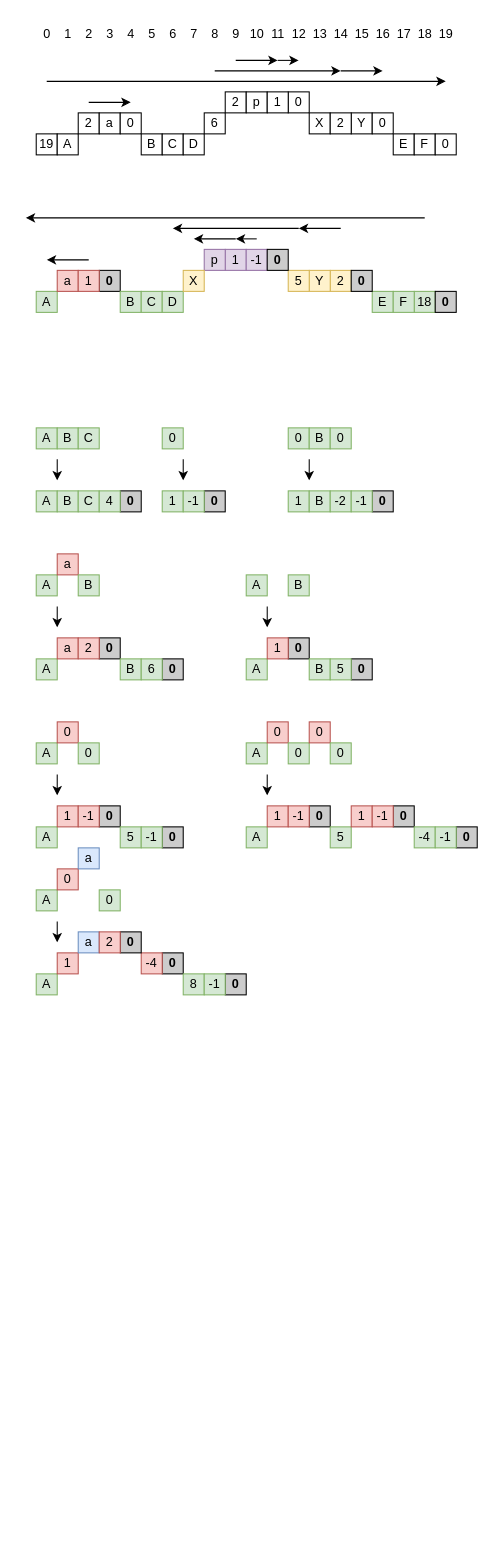
This is figures/nested_cobs.drawio from perlindgren/rtmt, a draw.io file, before an edit. Source tidied: cells renumbered, new cells numbered last; positions are measured from the earlier drawing's top-left corner, leaving out a move shared by most shapes. Both pictures are drawn from the tidied source at 105%, with x=0, y=0 at pixel (25, 18).
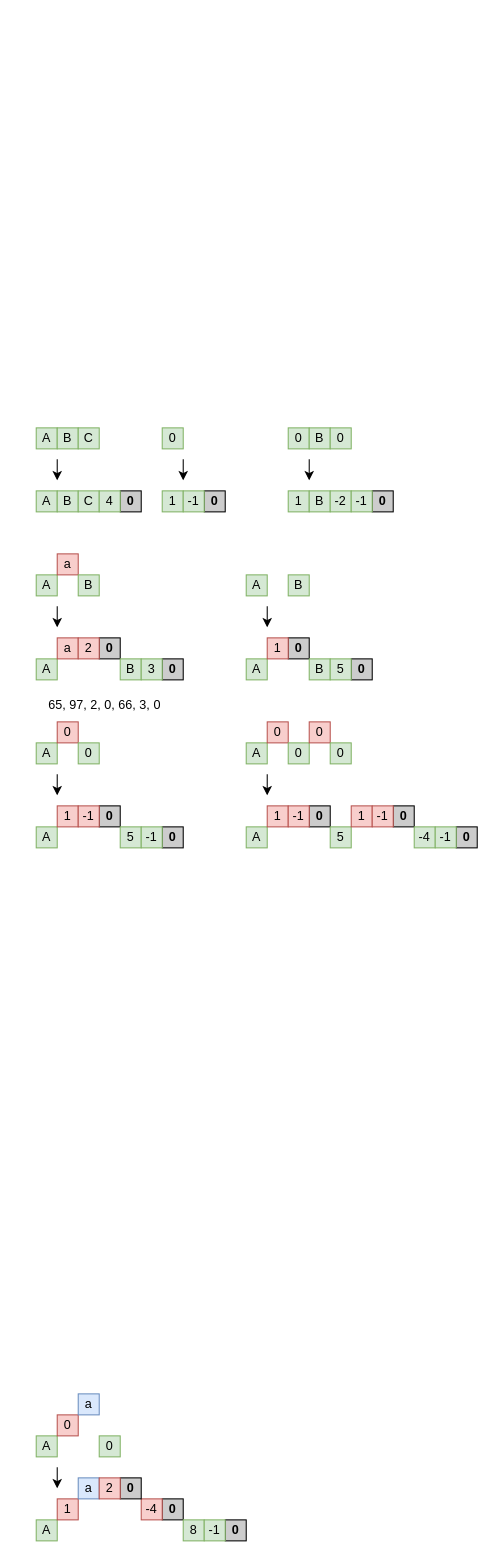
After the change.

Change to the diagram source:
```diff
@@
-    <mxCell id="2" value="19" style="rounded=0;whiteSpace=wrap;html=1;" parent="1" vertex="1">
-      <mxGeometry x="10" y="110" width="20" height="20" as="geometry" />
-    </mxCell>
-    <mxCell id="3" value="A" style="rounded=0;whiteSpace=wrap;html=1;" parent="1" vertex="1">
-      <mxGeometry x="30" y="110" width="20" height="20" as="geometry" />
-    </mxCell>
-    <mxCell id="4" value="2" style="rounded=0;whiteSpace=wrap;html=1;" parent="1" vertex="1">
-      <mxGeometry x="50" y="90" width="20" height="20" as="geometry" />
-    </mxCell>
-    <mxCell id="5" value="a" style="rounded=0;whiteSpace=wrap;html=1;" parent="1" vertex="1">
-      <mxGeometry x="70" y="90" width="20" height="20" as="geometry" />
-    </mxCell>
-    <mxCell id="6" value="0" style="rounded=0;whiteSpace=wrap;html=1;" parent="1" vertex="1">
-      <mxGeometry x="90" y="90" width="20" height="20" as="geometry" />
-    </mxCell>
-    <mxCell id="7" value="B" style="rounded=0;whiteSpace=wrap;html=1;fillColor=default;" parent="1" vertex="1">
-      <mxGeometry x="110" y="110" width="20" height="20" as="geometry" />
-    </mxCell>
-    <mxCell id="8" value="C" style="rounded=0;whiteSpace=wrap;html=1;" parent="1" vertex="1">
-      <mxGeometry x="130" y="110" width="20" height="20" as="geometry" />
-    </mxCell>
-    <mxCell id="9" value="D" style="rounded=0;whiteSpace=wrap;html=1;" parent="1" vertex="1">
-      <mxGeometry x="150" y="110" width="20" height="20" as="geometry" />
-    </mxCell>
-    <mxCell id="10" value="6" style="rounded=0;whiteSpace=wrap;html=1;" parent="1" vertex="1">
-      <mxGeometry x="170" y="90" width="20" height="20" as="geometry" />
-    </mxCell>
-    <mxCell id="11" value="2" style="rounded=0;whiteSpace=wrap;html=1;" parent="1" vertex="1">
-      <mxGeometry x="190" y="70" width="20" height="20" as="geometry" />
-    </mxCell>
-    <mxCell id="12" value="p" style="rounded=0;whiteSpace=wrap;html=1;" parent="1" vertex="1">
-      <mxGeometry x="210" y="70" width="20" height="20" as="geometry" />
-    </mxCell>
-    <mxCell id="13" value="0" style="rounded=0;whiteSpace=wrap;html=1;" parent="1" vertex="1">
-      <mxGeometry x="250" y="70" width="20" height="20" as="geometry" />
-    </mxCell>
-    <mxCell id="14" value="X" style="rounded=0;whiteSpace=wrap;html=1;" parent="1" vertex="1">
-      <mxGeometry x="270" y="90" width="20" height="20" as="geometry" />
-    </mxCell>
-    <mxCell id="15" value="Y" style="rounded=0;whiteSpace=wrap;html=1;" parent="1" vertex="1">
-      <mxGeometry x="310" y="90" width="20" height="20" as="geometry" />
-    </mxCell>
-    <mxCell id="16" value="0" style="rounded=0;whiteSpace=wrap;html=1;" parent="1" vertex="1">
-      <mxGeometry x="330" y="90" width="20" height="20" as="geometry" />
-    </mxCell>
-    <mxCell id="17" value="E" style="rounded=0;whiteSpace=wrap;html=1;" parent="1" vertex="1">
-      <mxGeometry x="350" y="110" width="20" height="20" as="geometry" />
-    </mxCell>
-    <mxCell id="18" value="F" style="rounded=0;whiteSpace=wrap;html=1;" parent="1" vertex="1">
-      <mxGeometry x="370" y="110" width="20" height="20" as="geometry" />
-    </mxCell>
-    <mxCell id="19" value="0" style="rounded=0;whiteSpace=wrap;html=1;" parent="1" vertex="1">
-      <mxGeometry x="390" y="110" width="20" height="20" as="geometry" />
-    </mxCell>
-    <mxCell id="20" value="18" style="rounded=0;whiteSpace=wrap;html=1;fillColor=#d5e8d4;strokeColor=#82b366;" parent="1" vertex="1">
-      <mxGeometry x="370" y="260" width="20" height="20" as="geometry" />
-    </mxCell>
-    <mxCell id="21" value="A" style="rounded=0;whiteSpace=wrap;html=1;fillColor=#d5e8d4;strokeColor=#82b366;" parent="1" vertex="1">
-      <mxGeometry x="10" y="260" width="20" height="20" as="geometry" />
-    </mxCell>
-    <mxCell id="22" value="a" style="rounded=0;whiteSpace=wrap;html=1;fillColor=#f8cecc;strokeColor=#b85450;" parent="1" vertex="1">
-      <mxGeometry x="30" y="240" width="20" height="20" as="geometry" />
-    </mxCell>
-    <mxCell id="23" value="&lt;b&gt;0&lt;/b&gt;" style="rounded=0;whiteSpace=wrap;html=1;fillStyle=solid;fillColor=#CCCCCC;" parent="1" vertex="1">
-      <mxGeometry x="70" y="240" width="20" height="20" as="geometry" />
-    </mxCell>
-    <mxCell id="24" value="B" style="rounded=0;whiteSpace=wrap;html=1;fillColor=#d5e8d4;strokeColor=#82b366;" parent="1" vertex="1">
-      <mxGeometry x="90" y="260" width="20" height="20" as="geometry" />
-    </mxCell>
-    <mxCell id="25" value="C" style="rounded=0;whiteSpace=wrap;html=1;fillColor=#d5e8d4;strokeColor=#82b366;" parent="1" vertex="1">
-      <mxGeometry x="110" y="260" width="20" height="20" as="geometry" />
-    </mxCell>
-    <mxCell id="26" value="D" style="rounded=0;whiteSpace=wrap;html=1;fillColor=#d5e8d4;strokeColor=#82b366;" parent="1" vertex="1">
-      <mxGeometry x="130" y="260" width="20" height="20" as="geometry" />
-    </mxCell>
-    <mxCell id="27" value="2" style="rounded=0;whiteSpace=wrap;html=1;fillColor=#fff2cc;strokeColor=#d6b656;" parent="1" vertex="1">
-      <mxGeometry x="290" y="240" width="20" height="20" as="geometry" />
-    </mxCell>
-    <mxCell id="28" value="1" style="rounded=0;whiteSpace=wrap;html=1;fillColor=#e1d5e7;strokeColor=#9673a6;" parent="1" vertex="1">
-      <mxGeometry x="190" y="220" width="20" height="20" as="geometry" />
-    </mxCell>
-    <mxCell id="29" value="p" style="rounded=0;whiteSpace=wrap;html=1;fillColor=#e1d5e7;strokeColor=#9673a6;" parent="1" vertex="1">
-      <mxGeometry x="170" y="220" width="20" height="20" as="geometry" />
-    </mxCell>
-    <mxCell id="30" value="X" style="rounded=0;whiteSpace=wrap;html=1;fillColor=#fff2cc;strokeColor=#d6b656;" parent="1" vertex="1">
-      <mxGeometry x="150" y="240" width="20" height="20" as="geometry" />
-    </mxCell>
-    <mxCell id="31" value="Y" style="rounded=0;whiteSpace=wrap;html=1;fillColor=#fff2cc;strokeColor=#d6b656;" parent="1" vertex="1">
-      <mxGeometry x="270" y="240" width="20" height="20" as="geometry" />
-    </mxCell>
-    <mxCell id="32" value="E" style="rounded=0;whiteSpace=wrap;html=1;fillColor=#d5e8d4;strokeColor=#82b366;" parent="1" vertex="1">
-      <mxGeometry x="330" y="260" width="20" height="20" as="geometry" />
-    </mxCell>
-    <mxCell id="33" value="F" style="rounded=0;whiteSpace=wrap;html=1;fillColor=#d5e8d4;strokeColor=#82b366;" parent="1" vertex="1">
-      <mxGeometry x="350" y="260" width="20" height="20" as="geometry" />
-    </mxCell>
-    <mxCell id="34" value="1" style="rounded=0;whiteSpace=wrap;html=1;fillColor=#f8cecc;strokeColor=#b85450;" parent="1" vertex="1">
-      <mxGeometry x="50" y="240" width="20" height="20" as="geometry" />
-    </mxCell>
-    <mxCell id="35" value="-1" style="rounded=0;whiteSpace=wrap;html=1;fillColor=#e1d5e7;strokeColor=#9673a6;" parent="1" vertex="1">
-      <mxGeometry x="210" y="220" width="20" height="20" as="geometry" />
-    </mxCell>
-    <mxCell id="36" value="5" style="rounded=0;whiteSpace=wrap;html=1;fillColor=#fff2cc;strokeColor=#d6b656;" parent="1" vertex="1">
-      <mxGeometry x="250" y="240" width="20" height="20" as="geometry" />
-    </mxCell>
-    <mxCell id="37" value="&lt;b&gt;0&lt;/b&gt;" style="rounded=0;whiteSpace=wrap;html=1;fillStyle=solid;fillColor=#CCCCCC;" parent="1" vertex="1">
-      <mxGeometry x="230" y="220" width="20" height="20" as="geometry" />
-    </mxCell>
-    <mxCell id="38" value="&lt;b&gt;0&lt;/b&gt;" style="rounded=0;whiteSpace=wrap;html=1;fillStyle=solid;fillColor=#CCCCCC;" parent="1" vertex="1">
-      <mxGeometry x="310" y="240" width="20" height="20" as="geometry" />
-    </mxCell>
-    <mxCell id="39" value="&lt;b&gt;0&lt;/b&gt;" style="rounded=0;whiteSpace=wrap;html=1;fillStyle=solid;fillColor=#CCCCCC;" parent="1" vertex="1">
-      <mxGeometry x="390" y="260" width="20" height="20" as="geometry" />
-    </mxCell>
-    <mxCell id="40" value="1" style="rounded=0;whiteSpace=wrap;html=1;" parent="1" vertex="1">
-      <mxGeometry x="230" y="70" width="20" height="20" as="geometry" />
-    </mxCell>
-    <mxCell id="41" value="0" style="text;html=1;align=center;verticalAlign=middle;strokeColor=none;fillColor=none;" parent="1" vertex="1">
-      <mxGeometry x="5" width="30" height="30" as="geometry" />
-    </mxCell>
-    <mxCell id="42" value="1" style="text;html=1;align=center;verticalAlign=middle;strokeColor=none;fillColor=none;" parent="1" vertex="1">
-      <mxGeometry x="25" width="30" height="30" as="geometry" />
-    </mxCell>
-    <mxCell id="43" value="3" style="text;html=1;align=center;verticalAlign=middle;strokeColor=none;fillColor=none;" parent="1" vertex="1">
-      <mxGeometry x="65" width="30" height="30" as="geometry" />
-    </mxCell>
-    <mxCell id="44" value="4" style="text;html=1;align=center;verticalAlign=middle;strokeColor=none;fillColor=none;" parent="1" vertex="1">
-      <mxGeometry x="85" width="30" height="30" as="geometry" />
-    </mxCell>
-    <mxCell id="45" value="2" style="text;html=1;align=center;verticalAlign=middle;strokeColor=none;fillColor=none;" parent="1" vertex="1">
-      <mxGeometry x="45" width="30" height="30" as="geometry" />
-    </mxCell>
-    <mxCell id="46" value="8" style="text;html=1;align=center;verticalAlign=middle;strokeColor=none;fillColor=none;" parent="1" vertex="1">
-      <mxGeometry x="165" width="30" height="30" as="geometry" />
-    </mxCell>
-    <mxCell id="47" value="5" style="text;html=1;align=center;verticalAlign=middle;strokeColor=none;fillColor=none;" parent="1" vertex="1">
-      <mxGeometry x="105" width="30" height="30" as="geometry" />
-    </mxCell>
-    <mxCell id="48" value="7" style="text;html=1;align=center;verticalAlign=middle;strokeColor=none;fillColor=none;" parent="1" vertex="1">
-      <mxGeometry x="145" width="30" height="30" as="geometry" />
-    </mxCell>
-    <mxCell id="49" value="6" style="text;html=1;align=center;verticalAlign=middle;strokeColor=none;fillColor=none;" parent="1" vertex="1">
-      <mxGeometry x="125" width="30" height="30" as="geometry" />
-    </mxCell>
-    <mxCell id="50" value="10" style="text;html=1;align=center;verticalAlign=middle;strokeColor=none;fillColor=none;" parent="1" vertex="1">
-      <mxGeometry x="200" width="40" height="30" as="geometry" />
-    </mxCell>
-    <mxCell id="51" value="9" style="text;html=1;align=center;verticalAlign=middle;strokeColor=none;fillColor=none;" parent="1" vertex="1">
-      <mxGeometry x="185" width="30" height="30" as="geometry" />
-    </mxCell>
-    <mxCell id="52" value="12" style="text;html=1;align=center;verticalAlign=middle;strokeColor=none;fillColor=none;" parent="1" vertex="1">
-      <mxGeometry x="240" width="40" height="30" as="geometry" />
-    </mxCell>
-    <mxCell id="53" value="11" style="text;html=1;align=center;verticalAlign=middle;strokeColor=none;fillColor=none;" parent="1" vertex="1">
-      <mxGeometry x="220" width="40" height="30" as="geometry" />
-    </mxCell>
-    <mxCell id="54" value="13" style="text;html=1;align=center;verticalAlign=middle;strokeColor=none;fillColor=none;" parent="1" vertex="1">
-      <mxGeometry x="260" width="40" height="30" as="geometry" />
-    </mxCell>
-    <mxCell id="55" value="14" style="text;html=1;align=center;verticalAlign=middle;strokeColor=none;fillColor=none;" parent="1" vertex="1">
-      <mxGeometry x="280" width="40" height="30" as="geometry" />
-    </mxCell>
-    <mxCell id="56" value="15" style="text;html=1;align=center;verticalAlign=middle;strokeColor=none;fillColor=none;" parent="1" vertex="1">
-      <mxGeometry x="300" width="40" height="30" as="geometry" />
-    </mxCell>
-    <mxCell id="57" value="16" style="text;html=1;align=center;verticalAlign=middle;strokeColor=none;fillColor=none;" parent="1" vertex="1">
-      <mxGeometry x="320" width="40" height="30" as="geometry" />
-    </mxCell>
-    <mxCell id="58" value="17" style="text;html=1;align=center;verticalAlign=middle;strokeColor=none;fillColor=none;" parent="1" vertex="1">
-      <mxGeometry x="340" width="40" height="30" as="geometry" />
-    </mxCell>
-    <mxCell id="59" value="18" style="text;html=1;align=center;verticalAlign=middle;strokeColor=none;fillColor=none;" parent="1" vertex="1">
-      <mxGeometry x="360" width="40" height="30" as="geometry" />
-    </mxCell>
-    <mxCell id="60" style="endArrow=classic;html=1;rounded=0;" parent="1" edge="1">
-      <mxGeometry relative="1" as="geometry">
-        <mxPoint x="60" y="80" as="sourcePoint" />
-        <mxPoint x="100" y="80" as="targetPoint" />
-      </mxGeometry>
-    </mxCell>
-    <mxCell id="61" style="endArrow=classic;html=1;rounded=0;" parent="1" edge="1">
-      <mxGeometry relative="1" as="geometry">
-        <mxPoint x="200" y="40" as="sourcePoint" />
-        <mxPoint x="240" y="40" as="targetPoint" />
-        <Array as="points">
-          <mxPoint x="220" y="40" />
-        </Array>
-      </mxGeometry>
-    </mxCell>
-    <mxCell id="62" style="endArrow=classic;html=1;rounded=0;" parent="1" edge="1">
-      <mxGeometry relative="1" as="geometry">
-        <mxPoint x="240" y="40" as="sourcePoint" />
-        <mxPoint x="260" y="40" as="targetPoint" />
-      </mxGeometry>
-    </mxCell>
-    <mxCell id="63" style="endArrow=classic;html=1;rounded=0;" parent="1" edge="1">
-      <mxGeometry relative="1" as="geometry">
-        <mxPoint x="180" y="50" as="sourcePoint" />
-        <mxPoint x="300" y="50" as="targetPoint" />
-      </mxGeometry>
-    </mxCell>
-    <mxCell id="64" style="endArrow=classic;html=1;rounded=0;" parent="1" edge="1">
-      <mxGeometry relative="1" as="geometry">
-        <mxPoint x="20" y="60" as="sourcePoint" />
-        <mxPoint x="400" y="60" as="targetPoint" />
-      </mxGeometry>
-    </mxCell>
-    <mxCell id="65" style="endArrow=classic;html=1;rounded=0;" parent="1" edge="1">
-      <mxGeometry relative="1" as="geometry">
-        <mxPoint x="60" y="230" as="sourcePoint" />
-        <mxPoint x="20" y="230" as="targetPoint" />
-      </mxGeometry>
-    </mxCell>
-    <mxCell id="66" style="endArrow=classic;html=1;rounded=0;" parent="1" edge="1">
-      <mxGeometry relative="1" as="geometry">
-        <mxPoint x="220" y="210" as="sourcePoint" />
-        <mxPoint x="200" y="210" as="targetPoint" />
-      </mxGeometry>
-    </mxCell>
-    <mxCell id="67" style="endArrow=classic;html=1;rounded=0;" parent="1" edge="1">
-      <mxGeometry relative="1" as="geometry">
-        <mxPoint x="260" y="200" as="sourcePoint" />
-        <mxPoint x="140" y="200" as="targetPoint" />
-      </mxGeometry>
-    </mxCell>
-    <mxCell id="68" style="endArrow=classic;html=1;rounded=0;" parent="1" edge="1">
-      <mxGeometry relative="1" as="geometry">
-        <mxPoint x="380" y="190" as="sourcePoint" />
-        <mxPoint y="190" as="targetPoint" />
-      </mxGeometry>
-    </mxCell>
-    <mxCell id="69" style="endArrow=classic;html=1;rounded=0;" parent="1" edge="1">
-      <mxGeometry relative="1" as="geometry">
-        <mxPoint x="200" y="210" as="sourcePoint" />
-        <mxPoint x="160" y="210" as="targetPoint" />
-      </mxGeometry>
-    </mxCell>
-    <mxCell id="70" value="2" style="rounded=0;whiteSpace=wrap;html=1;" parent="1" vertex="1">
-      <mxGeometry x="290" y="90" width="20" height="20" as="geometry" />
-    </mxCell>
-    <mxCell id="71" style="endArrow=classic;html=1;rounded=0;" parent="1" edge="1">
-      <mxGeometry relative="1" as="geometry">
-        <mxPoint x="300" y="50" as="sourcePoint" />
-        <mxPoint x="340" y="50" as="targetPoint" />
-      </mxGeometry>
-    </mxCell>
-    <mxCell id="72" value="19" style="text;html=1;align=center;verticalAlign=middle;strokeColor=none;fillColor=none;" parent="1" vertex="1">
-      <mxGeometry x="380" width="40" height="30" as="geometry" />
-    </mxCell>
-    <mxCell id="73" style="endArrow=classic;html=1;rounded=0;" parent="1" edge="1">
-      <mxGeometry relative="1" as="geometry">
-        <mxPoint x="300" y="200" as="sourcePoint" />
-        <mxPoint x="260" y="200" as="targetPoint" />
-      </mxGeometry>
-    </mxCell>
@@
-    <mxCell id="103" value="6" style="rounded=0;whiteSpace=wrap;html=1;fillColor=#d5e8d4;strokeColor=#82b366;" parent="1" vertex="1">
+    <mxCell id="103" value="3" style="rounded=0;whiteSpace=wrap;html=1;fillColor=#d5e8d4;strokeColor=#82b366;" parent="1" vertex="1">
       <mxGeometry x="110" y="610" width="20" height="20" as="geometry" />
     </mxCell>
@@
     <mxCell id="145" value="A" style="rounded=0;whiteSpace=wrap;html=1;fillColor=#d5e8d4;strokeColor=#82b366;" parent="1" vertex="1">
-      <mxGeometry x="10" y="910" width="20" height="20" as="geometry" />
+      <mxGeometry x="10" y="1430" width="20" height="20" as="geometry" />
     </mxCell>
     <mxCell id="146" value="1" style="rounded=0;whiteSpace=wrap;html=1;fillColor=#f8cecc;strokeColor=#b85450;" parent="1" vertex="1">
-      <mxGeometry x="30" y="890" width="20" height="20" as="geometry" />
+      <mxGeometry x="30" y="1410" width="20" height="20" as="geometry" />
     </mxCell>
     <mxCell id="147" value="&lt;b&gt;0&lt;/b&gt;" style="rounded=0;whiteSpace=wrap;html=1;fillStyle=solid;fillColor=#CCCCCC;" parent="1" vertex="1">
-      <mxGeometry x="130" y="890" width="20" height="20" as="geometry" />
+      <mxGeometry x="130" y="1410" width="20" height="20" as="geometry" />
     </mxCell>
     <mxCell id="148" value="8" style="rounded=0;whiteSpace=wrap;html=1;fillColor=#d5e8d4;strokeColor=#82b366;" parent="1" vertex="1">
-      <mxGeometry x="150" y="910" width="20" height="20" as="geometry" />
+      <mxGeometry x="150" y="1430" width="20" height="20" as="geometry" />
     </mxCell>
     <mxCell id="149" value="-4" style="rounded=0;whiteSpace=wrap;html=1;fillColor=#f8cecc;strokeColor=#b85450;" parent="1" vertex="1">
-      <mxGeometry x="110" y="890" width="20" height="20" as="geometry" />
+      <mxGeometry x="110" y="1410" width="20" height="20" as="geometry" />
     </mxCell>
     <mxCell id="150" value="&lt;b&gt;0&lt;/b&gt;" style="rounded=0;whiteSpace=wrap;html=1;fillStyle=solid;fillColor=#CCCCCC;" parent="1" vertex="1">
-      <mxGeometry x="190" y="910" width="20" height="20" as="geometry" />
+      <mxGeometry x="190" y="1430" width="20" height="20" as="geometry" />
     </mxCell>
     <mxCell id="151" value="-1" style="rounded=0;whiteSpace=wrap;html=1;fillColor=#d5e8d4;strokeColor=#82b366;" parent="1" vertex="1">
-      <mxGeometry x="170" y="910" width="20" height="20" as="geometry" />
+      <mxGeometry x="170" y="1430" width="20" height="20" as="geometry" />
     </mxCell>
     <mxCell id="152" value="A" style="rounded=0;whiteSpace=wrap;html=1;fillColor=#d5e8d4;strokeColor=#82b366;" parent="1" vertex="1">
-      <mxGeometry x="10" y="830" width="20" height="20" as="geometry" />
+      <mxGeometry x="10" y="1350" width="20" height="20" as="geometry" />
     </mxCell>
     <mxCell id="153" value="0" style="rounded=0;whiteSpace=wrap;html=1;fillColor=#f8cecc;strokeColor=#b85450;" parent="1" vertex="1">
-      <mxGeometry x="30" y="810" width="20" height="20" as="geometry" />
+      <mxGeometry x="30" y="1330" width="20" height="20" as="geometry" />
     </mxCell>
     <mxCell id="154" value="0" style="rounded=0;whiteSpace=wrap;html=1;fillColor=#d5e8d4;strokeColor=#82b366;" parent="1" vertex="1">
-      <mxGeometry x="70" y="830" width="20" height="20" as="geometry" />
+      <mxGeometry x="70" y="1350" width="20" height="20" as="geometry" />
     </mxCell>
     <mxCell id="155" style="endArrow=classic;html=1;rounded=0;" parent="1" edge="1">
       <mxGeometry relative="1" as="geometry">
-        <mxPoint x="30" y="860" as="sourcePoint" />
-        <mxPoint x="30" y="880" as="targetPoint" />
+        <mxPoint x="30" y="1380" as="sourcePoint" />
+        <mxPoint x="30" y="1400" as="targetPoint" />
       </mxGeometry>
     </mxCell>
     <mxCell id="156" value="a" style="rounded=0;whiteSpace=wrap;html=1;fillColor=#dae8fc;strokeColor=#6c8ebf;" parent="1" vertex="1">
-      <mxGeometry x="50" y="790" width="20" height="20" as="geometry" />
+      <mxGeometry x="50" y="1310" width="20" height="20" as="geometry" />
     </mxCell>
     <mxCell id="157" value="a" style="rounded=0;whiteSpace=wrap;html=1;fillColor=#dae8fc;strokeColor=#6c8ebf;" parent="1" vertex="1">
-      <mxGeometry x="50" y="870" width="20" height="20" as="geometry" />
+      <mxGeometry x="50" y="1390" width="20" height="20" as="geometry" />
     </mxCell>
     <mxCell id="158" value="&lt;b&gt;0&lt;/b&gt;" style="rounded=0;whiteSpace=wrap;html=1;fillStyle=solid;fillColor=#CCCCCC;" parent="1" vertex="1">
-      <mxGeometry x="90" y="870" width="20" height="20" as="geometry" />
+      <mxGeometry x="90" y="1390" width="20" height="20" as="geometry" />
     </mxCell>
     <mxCell id="159" value="2" style="rounded=0;whiteSpace=wrap;html=1;fillColor=#f8cecc;strokeColor=#b85450;" parent="1" vertex="1">
-      <mxGeometry x="70" y="870" width="20" height="20" as="geometry" />
+      <mxGeometry x="70" y="1390" width="20" height="20" as="geometry" />
     </mxCell>
+    <mxCell id="160" value="65, 97, 2, 0, 66, 3, 0" style="text;whiteSpace=wrap;html=1;" parent="1" vertex="1">
+      <mxGeometry x="20" y="640" width="140" height="40" as="geometry" />
+    </mxCell>
```
